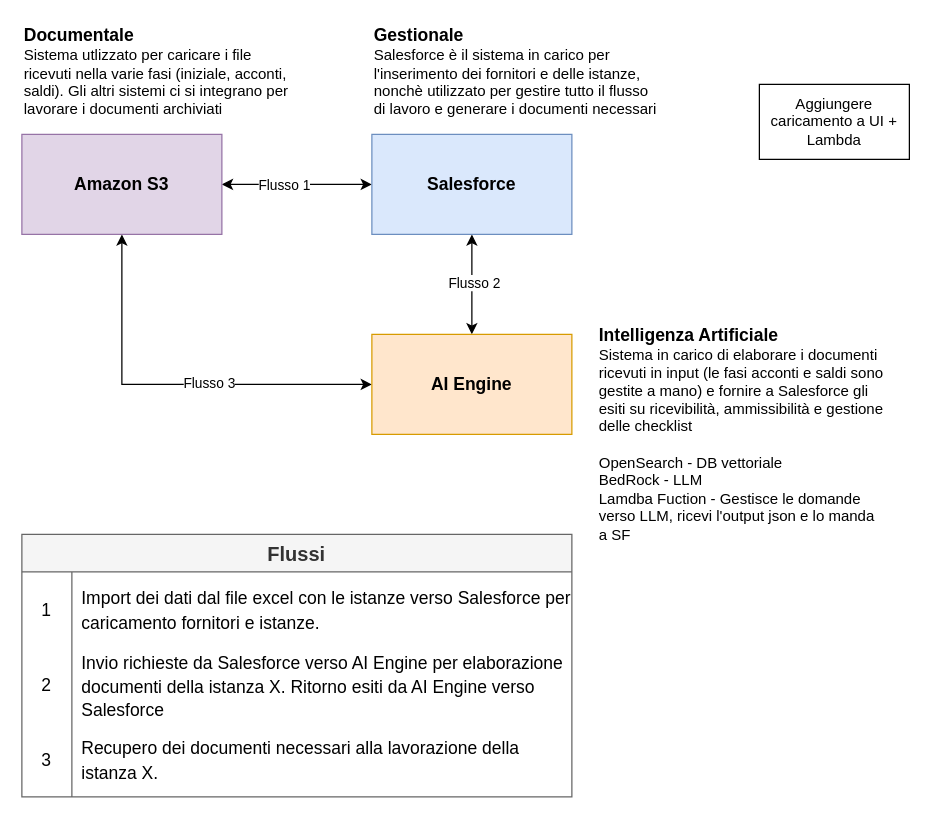
Earlier version of the draw.io diagram page "HighLevel" (1 of 3) of Regione_Sicilia_Istruzione_Architettura.drawio (dortolani/drawio). Source tidied: cells renumbered, new cells numbered last; positions are measured from the earlier drawing's top-left corner, leaving out a move shared by most shapes. Both pictures are drawn from the tidied source at 125%, with x=0, y=0 at pixel (21, 21).
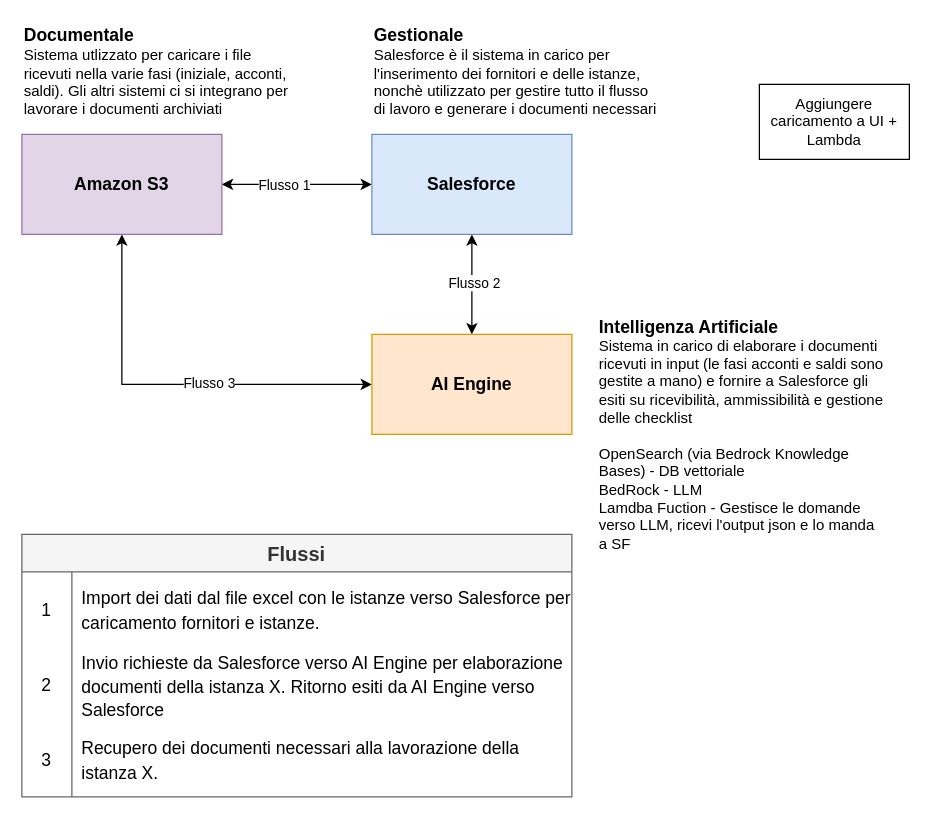
After the change.

Diff of the diagram source:
```diff
@@
-    <mxCell id="13" value="&lt;div&gt;&lt;span style=&quot;font-size: 14px;&quot;&gt;&lt;b&gt;Intelligenza Artificiale&lt;/b&gt;&lt;/span&gt;&lt;/div&gt;&lt;div&gt;Sistema in carico di elaborare i documenti ricevuti in input (le fasi acconti e saldi sono gestite a mano) e fornire a Salesforce gli esiti su ricevibilità, ammissibilità e gestione delle checklist&lt;/div&gt;&lt;div&gt;&lt;br&gt;&lt;/div&gt;&lt;div&gt;OpenSearch - DB vettoriale&lt;/div&gt;&lt;div&gt;BedRock - LLM&lt;/div&gt;&lt;div&gt;Lamdba Fuction - Gestisce le domande verso LLM, ricevi l'output json e lo manda a SF&lt;/div&gt;" style="text;html=1;align=left;verticalAlign=middle;whiteSpace=wrap;rounded=0;" parent="1" vertex="1">
+    <mxCell id="13" value="&lt;div&gt;&lt;span style=&quot;font-size: 14px;&quot;&gt;&lt;b&gt;Intelligenza Artificiale&lt;/b&gt;&lt;/span&gt;&lt;/div&gt;&lt;div&gt;Sistema in carico di elaborare i documenti ricevuti in input (le fasi acconti e saldi sono gestite a mano) e fornire a Salesforce gli esiti su ricevibilità, ammissibilità e gestione delle checklist&lt;/div&gt;&lt;div&gt;&lt;br&gt;&lt;/div&gt;&lt;div&gt;OpenSearch (via Bedrock Knowledge Bases) - DB vettoriale&lt;/div&gt;&lt;div&gt;BedRock - LLM&lt;/div&gt;&lt;div&gt;Lamdba Fuction - Gestisce le domande verso LLM, ricevi l'output json e lo manda a SF&lt;/div&gt;" style="text;html=1;align=left;verticalAlign=middle;whiteSpace=wrap;rounded=0;" parent="1" vertex="1">
       <mxGeometry x="460" y="250" width="230" height="160" as="geometry" />
     </mxCell>
```
